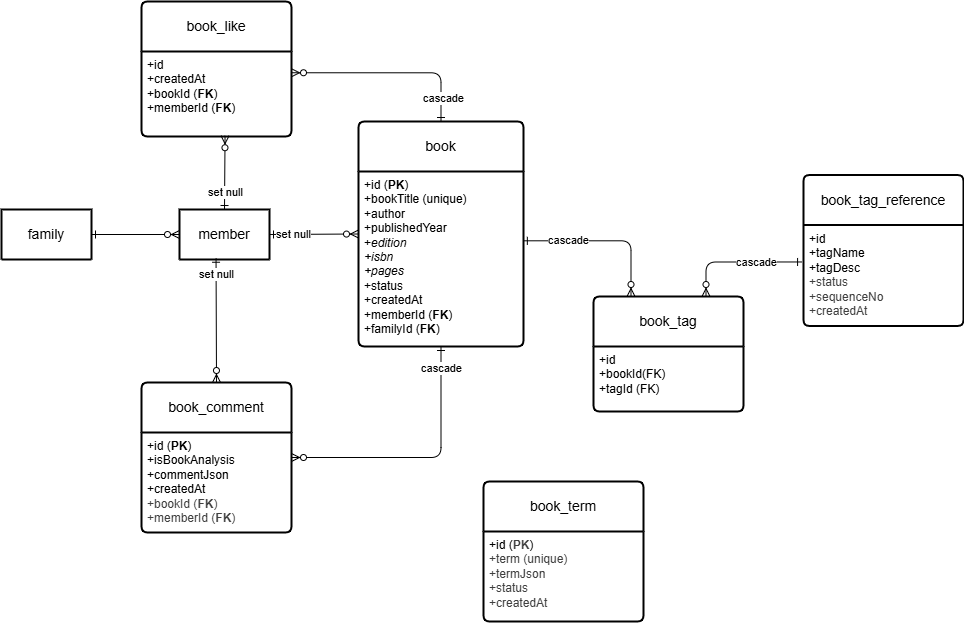
Earlier version of the draw.io export docs/erd-pngs/book-schema.png (greg1951/family-social-scratch). Source tidied: cells renumbered, new cells last; positions are measured from the earlier drawing's top-left corner, leaving out a move shared by most shapes.
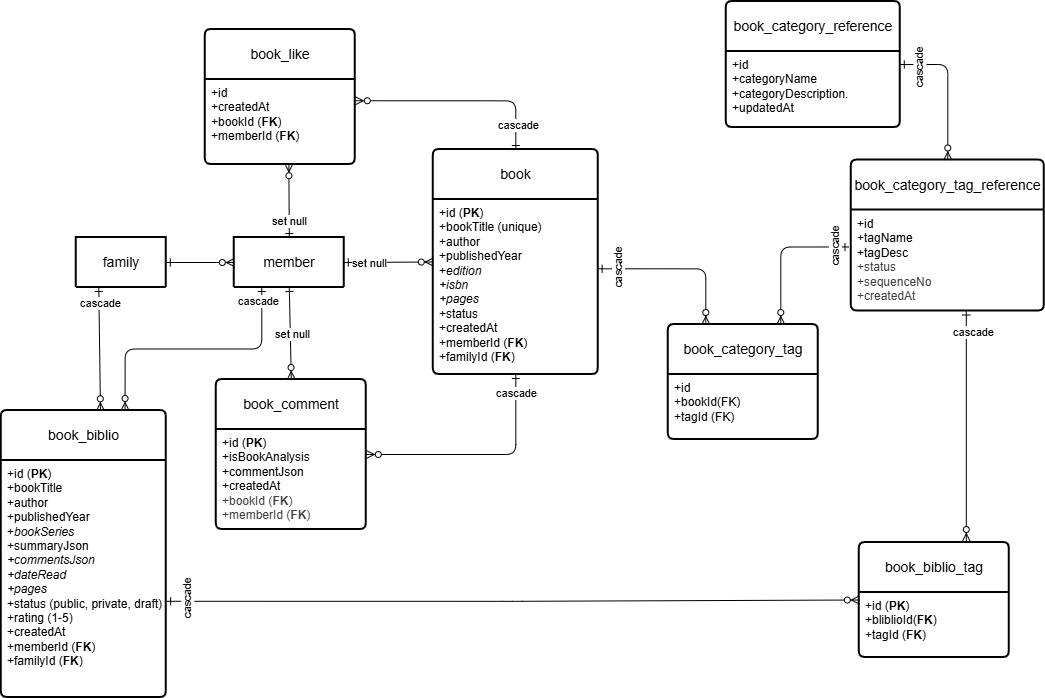
Later version of the same file.

The edit, as a diff of the source:
```diff
@@ -9,7 +9,7 @@
       <mxGeometry y="50" width="165" height="175" as="geometry" />
     </mxCell>
     <mxCell id="4" value="member" style="swimlane;horizontal=1;startSize=50;rounded=1;fontSize=14;fontStyle=0;strokeWidth=2;shadow=0;dashed=0;align=center;arcSize=4;whiteSpace=wrap;html=1;" parent="1" vertex="1" collapsed="1">
-      <mxGeometry x="178" y="208" width="90" height="50" as="geometry" />
+      <mxGeometry x="158" y="208" width="110" height="50" as="geometry" />
     </mxCell>
     <mxCell id="5" value="family" style="swimlane;horizontal=1;startSize=50;rounded=1;fontSize=14;fontStyle=0;strokeWidth=2;shadow=0;dashed=0;align=center;arcSize=4;whiteSpace=wrap;html=1;" parent="1" vertex="1" collapsed="1">
       <mxGeometry y="208" width="90" height="50" as="geometry" />
@@ -32,26 +32,26 @@
       <mxGeometry x="-0.84" relative="1" as="geometry" />
     </mxCell>
     <mxCell id="11" value="book_comment" style="swimlane;horizontal=1;startSize=50;rounded=1;fontSize=14;fontStyle=0;strokeWidth=2;shadow=0;dashed=0;align=center;arcSize=4;whiteSpace=wrap;html=1;" parent="1" vertex="1">
-      <mxGeometry x="140" y="381" width="150" height="150" as="geometry" />
+      <mxGeometry x="140" y="350" width="150" height="150" as="geometry" />
     </mxCell>
     <mxCell id="12" value="+id (&lt;b&gt;PK&lt;/b&gt;)&lt;div&gt;&lt;font color=&quot;#000000&quot;&gt;+isBookAnalysis&lt;br&gt;&lt;/font&gt;&lt;div&gt;+commentJson&lt;/div&gt;&lt;div style=&quot;color: rgb(63, 63, 63); scrollbar-color: rgb(226, 226, 226) rgb(251, 251, 251);&quot;&gt;&lt;span style=&quot;scrollbar-color: rgb(226, 226, 226) rgb(251, 251, 251); color: rgb(0, 0, 0);&quot;&gt;+createdAt&lt;/span&gt;&lt;br style=&quot;scrollbar-color: rgb(226, 226, 226) rgb(251, 251, 251); color: rgb(63, 63, 63);&quot;&gt;&lt;/div&gt;&lt;div style=&quot;color: rgb(63, 63, 63); scrollbar-color: rgb(226, 226, 226) rgb(251, 251, 251);&quot;&gt;&lt;span style=&quot;background-color: transparent; color: rgb(63, 63, 63);&quot;&gt;+bookId (&lt;b&gt;FK&lt;/b&gt;)&lt;/span&gt;&lt;/div&gt;&lt;div style=&quot;color: rgb(63, 63, 63); scrollbar-color: rgb(226, 226, 226) rgb(251, 251, 251);&quot;&gt;&lt;div style=&quot;color: rgb(63, 63, 63); scrollbar-color: rgb(226, 226, 226) rgb(251, 251, 251);&quot;&gt;&lt;span style=&quot;color: rgb(63, 63, 63); scrollbar-color: rgb(226, 226, 226) rgb(251, 251, 251); background-color: transparent;&quot;&gt;+memberId (&lt;b&gt;FK&lt;/b&gt;)&lt;/span&gt;&lt;/div&gt;&lt;div&gt;&lt;span style=&quot;color: rgb(63, 63, 63); scrollbar-color: rgb(226, 226, 226) rgb(251, 251, 251); background-color: transparent;&quot;&gt;&lt;br&gt;&lt;/span&gt;&lt;/div&gt;&lt;/div&gt;&lt;div&gt;&lt;br&gt;&lt;/div&gt;&lt;/div&gt;" style="align=left;strokeColor=none;fillColor=none;spacingLeft=4;fontSize=12;verticalAlign=top;html=1;" parent="11" vertex="1">
       <mxGeometry y="50" width="150" height="100" as="geometry" />
     </mxCell>
-    <mxCell id="13" style="fontSize=12;html=1;endArrow=ERzeroToMany;startArrow=ERone;entryX=0.5;entryY=0;entryDx=0;entryDy=0;exitX=0.406;exitY=0.975;exitDx=0;exitDy=0;exitPerimeter=0;startFill=0;" parent="1" edge="1" source="4" target="11">
+    <mxCell id="13" style="fontSize=12;html=1;endArrow=ERzeroToMany;startArrow=ERone;entryX=0.5;entryY=0;entryDx=0;entryDy=0;exitX=0.5;exitY=1;exitDx=0;exitDy=0;startFill=0;" parent="1" edge="1" source="4" target="11">
       <mxGeometry relative="1" as="geometry" />
     </mxCell>
     <mxCell id="14" value="set null" style="edgeLabel;html=1;align=center;verticalAlign=middle;" parent="13" vertex="1">
       <mxGeometry x="-0.14" y="1" relative="1" as="geometry">
-        <mxPoint x="-1" y="-38" as="offset" />
+        <mxPoint y="6" as="offset" />
       </mxGeometry>
     </mxCell>
-    <mxCell id="15" value="book_tag_reference" style="swimlane;horizontal=1;startSize=50;rounded=1;fontSize=14;fontStyle=0;strokeWidth=2;shadow=0;dashed=0;align=center;arcSize=4;whiteSpace=wrap;html=1;" parent="1" vertex="1">
-      <mxGeometry x="802" y="173.5" width="160" height="151" as="geometry" />
+    <mxCell id="15" value="book_category_tag_reference" style="swimlane;horizontal=1;startSize=50;rounded=1;fontSize=14;fontStyle=0;strokeWidth=2;shadow=0;dashed=0;align=center;arcSize=4;whiteSpace=wrap;html=1;" parent="1" vertex="1">
+      <mxGeometry x="775" y="130.5" width="193" height="151" as="geometry" />
     </mxCell>
     <mxCell id="16" value="&lt;span style=&quot;color: rgb(0, 0, 0);&quot;&gt;+id&lt;/span&gt;&lt;br style=&quot;color: rgb(63, 63, 63); scrollbar-color: rgb(226, 226, 226) rgb(251, 251, 251);&quot;&gt;&lt;span style=&quot;color: rgb(0, 0, 0);&quot;&gt;+tagName&lt;/span&gt;&lt;br style=&quot;color: rgb(63, 63, 63); scrollbar-color: rgb(226, 226, 226) rgb(251, 251, 251);&quot;&gt;&lt;span style=&quot;color: rgb(0, 0, 0);&quot;&gt;+tagDesc&lt;/span&gt;&lt;div style=&quot;color: rgb(63, 63, 63); scrollbar-color: rgb(226, 226, 226) rgb(251, 251, 251);&quot;&gt;&lt;font style=&quot;scrollbar-color: rgb(226, 226, 226) rgb(251, 251, 251);&quot;&gt;+status&lt;/font&gt;&lt;/div&gt;&lt;div style=&quot;color: rgb(63, 63, 63); scrollbar-color: rgb(226, 226, 226) rgb(251, 251, 251);&quot;&gt;&lt;font style=&quot;scrollbar-color: rgb(226, 226, 226) rgb(251, 251, 251);&quot;&gt;+sequenceNo&lt;br style=&quot;color: rgb(63, 63, 63); scrollbar-color: rgb(226, 226, 226) rgb(251, 251, 251);&quot;&gt;&lt;/font&gt;&lt;div style=&quot;color: rgb(63, 63, 63); scrollbar-color: rgb(226, 226, 226) rgb(251, 251, 251);&quot;&gt;+createdAt&lt;/div&gt;&lt;/div&gt;" style="align=left;strokeColor=none;fillColor=none;spacingLeft=4;fontSize=12;verticalAlign=top;html=1;" parent="15" vertex="1">
-      <mxGeometry y="50" width="160" height="101" as="geometry" />
+      <mxGeometry y="50" width="193" height="101" as="geometry" />
     </mxCell>
-    <mxCell id="17" value="book_tag" style="swimlane;horizontal=1;startSize=50;rounded=1;fontSize=14;fontStyle=0;strokeWidth=2;shadow=0;dashed=0;align=center;arcSize=4;whiteSpace=wrap;html=1;" parent="1" vertex="1">
+    <mxCell id="17" value="book_category_tag" style="swimlane;horizontal=1;startSize=50;rounded=1;fontSize=14;fontStyle=0;strokeWidth=2;shadow=0;dashed=0;align=center;arcSize=4;whiteSpace=wrap;html=1;" parent="1" vertex="1">
       <mxGeometry x="592" y="295" width="150" height="115" as="geometry" />
     </mxCell>
     <mxCell id="18" value="+id&lt;br style=&quot;color: rgb(63, 63, 63); scrollbar-color: rgb(226, 226, 226) rgb(251, 251, 251);&quot;&gt;+bookId(FK)&lt;br style=&quot;color: rgb(63, 63, 63); scrollbar-color: rgb(226, 226, 226) rgb(251, 251, 251);&quot;&gt;+tagId (FK)&lt;div style=&quot;color: rgb(63, 63, 63); scrollbar-color: rgb(226, 226, 226) rgb(251, 251, 251);&quot;&gt;&lt;br style=&quot;color: rgb(63, 63, 63); scrollbar-color: rgb(226, 226, 226) rgb(251, 251, 251);&quot;&gt;&lt;/div&gt;" style="align=left;strokeColor=none;fillColor=none;spacingLeft=4;fontSize=12;verticalAlign=top;html=1;" parent="17" vertex="1">
@@ -60,17 +60,21 @@
     <mxCell id="19" style="fontSize=12;html=1;endArrow=ERzeroToMany;startArrow=ERone;exitX=-0.012;exitY=0.366;exitDx=0;exitDy=0;startFill=0;edgeStyle=orthogonalEdgeStyle;exitPerimeter=0;entryX=0.75;entryY=0;entryDx=0;entryDy=0;" parent="1" edge="1" source="16" target="17">
       <mxGeometry relative="1" as="geometry" />
     </mxCell>
-    <mxCell id="20" value="cascade" style="edgeLabel;html=1;align=center;verticalAlign=middle;" parent="19" vertex="1">
-      <mxGeometry x="-0.3" relative="1" as="geometry" />
+    <mxCell id="20" value="cascade" style="edgeLabel;html=1;align=center;verticalAlign=middle;rotation=270;" parent="19" vertex="1">
+      <mxGeometry x="-0.3" relative="1" as="geometry">
+        <mxPoint x="37" as="offset" />
+      </mxGeometry>
     </mxCell>
     <mxCell id="21" style="fontSize=12;html=1;endArrow=ERzeroToMany;startArrow=ERone;startFill=0;exitX=0.999;exitY=0.396;exitDx=0;exitDy=0;exitPerimeter=0;edgeStyle=orthogonalEdgeStyle;entryX=0.25;entryY=0;entryDx=0;entryDy=0;" parent="1" edge="1" source="3" target="17">
       <mxGeometry relative="1" as="geometry" />
     </mxCell>
-    <mxCell id="22" value="cascade" style="edgeLabel;html=1;align=center;verticalAlign=middle;" parent="21" vertex="1">
-      <mxGeometry x="-0.44" y="1" relative="1" as="geometry" />
+    <mxCell id="22" value="cascade" style="edgeLabel;html=1;align=center;verticalAlign=middle;rotation=270;" parent="21" vertex="1">
+      <mxGeometry x="-0.44" y="1" relative="1" as="geometry">
+        <mxPoint x="-25" as="offset" />
+      </mxGeometry>
     </mxCell>
     <mxCell id="23" value="book_like" style="swimlane;horizontal=1;startSize=50;rounded=1;fontSize=14;fontStyle=0;strokeWidth=2;shadow=0;dashed=0;align=center;arcSize=4;whiteSpace=wrap;html=1;" parent="1" vertex="1">
-      <mxGeometry x="140" width="150" height="135" as="geometry" />
+      <mxGeometry x="129" width="150" height="135" as="geometry" />
     </mxCell>
     <mxCell id="24" value="+id&lt;div&gt;&lt;font color=&quot;#000000&quot;&gt;+createdAt&lt;br style=&quot;scrollbar-color: rgb(226, 226, 226) rgb(251, 251, 251); color: rgb(63, 63, 63);&quot;&gt;&lt;/font&gt;+bookId (&lt;b&gt;FK&lt;/b&gt;)&lt;br style=&quot;color: rgb(63, 63, 63); scrollbar-color: rgb(226, 226, 226) rgb(251, 251, 251);&quot;&gt;+memberId (&lt;b&gt;FK&lt;/b&gt;)&lt;div style=&quot;color: rgb(63, 63, 63); scrollbar-color: rgb(226, 226, 226) rgb(251, 251, 251);&quot;&gt;&lt;br style=&quot;color: rgb(63, 63, 63); scrollbar-color: rgb(226, 226, 226) rgb(251, 251, 251);&quot;&gt;&lt;/div&gt;&lt;/div&gt;" style="align=left;strokeColor=none;fillColor=none;spacingLeft=4;fontSize=12;verticalAlign=top;html=1;" parent="23" vertex="1">
       <mxGeometry y="50" width="150" height="85" as="geometry" />
@@ -89,11 +93,66 @@
         <mxPoint x="1" y="15" as="offset" />
       </mxGeometry>
     </mxCell>
-    <mxCell id="29" value="book_term" style="swimlane;horizontal=1;startSize=50;rounded=1;fontSize=14;fontStyle=0;strokeWidth=2;shadow=0;dashed=0;align=center;arcSize=4;whiteSpace=wrap;html=1;" parent="1" vertex="1">
-      <mxGeometry x="482" y="480" width="160" height="140" as="geometry" />
-    </mxCell>
-    <mxCell id="30" value="+id (&lt;b style=&quot;color: rgb(63, 63, 63); scrollbar-color: rgb(226, 226, 226) rgb(251, 251, 251);&quot;&gt;PK&lt;/b&gt;)&lt;div style=&quot;color: rgb(63, 63, 63); scrollbar-color: rgb(226, 226, 226) rgb(251, 251, 251);&quot;&gt;&lt;font style=&quot;scrollbar-color: rgb(226, 226, 226) rgb(251, 251, 251);&quot;&gt;+term (unique)&lt;br style=&quot;color: rgb(63, 63, 63); scrollbar-color: rgb(226, 226, 226) rgb(251, 251, 251);&quot;&gt;&lt;/font&gt;&lt;div style=&quot;color: rgb(63, 63, 63); scrollbar-color: rgb(226, 226, 226) rgb(251, 251, 251);&quot;&gt;+termJson&lt;/div&gt;&lt;div style=&quot;color: rgb(63, 63, 63); scrollbar-color: rgb(226, 226, 226) rgb(251, 251, 251);&quot;&gt;+status&lt;/div&gt;&lt;div style=&quot;color: rgb(63, 63, 63); scrollbar-color: rgb(226, 226, 226) rgb(251, 251, 251);&quot;&gt;&lt;span style=&quot;color: rgb(63, 63, 63); scrollbar-color: rgb(226, 226, 226) rgb(251, 251, 251); background-color: transparent;&quot;&gt;+createdAt&lt;/span&gt;&lt;/div&gt;&lt;div style=&quot;color: rgb(63, 63, 63); scrollbar-color: rgb(226, 226, 226) rgb(251, 251, 251);&quot;&gt;&lt;span style=&quot;scrollbar-color: rgb(226, 226, 226) rgb(251, 251, 251); background-color: transparent; color: rgb(63, 63, 63);&quot;&gt;&lt;br style=&quot;color: rgb(63, 63, 63); scrollbar-color: rgb(226, 226, 226) rgb(251, 251, 251);&quot;&gt;&lt;/span&gt;&lt;/div&gt;&lt;/div&gt;" style="align=left;strokeColor=none;fillColor=none;spacingLeft=4;fontSize=12;verticalAlign=top;html=1;" parent="29" vertex="1">
-      <mxGeometry y="50" width="160" height="90" as="geometry" />
-    </mxCell>
+    <mxCell id="31" value="book_biblio" style="swimlane;horizontal=1;startSize=50;rounded=1;fontSize=14;fontStyle=0;strokeWidth=2;shadow=0;dashed=0;align=center;arcSize=4;whiteSpace=wrap;html=1;" parent="1" vertex="1">
+      <mxGeometry x="-75" y="381" width="165" height="287" as="geometry" />
+    </mxCell>
+    <mxCell id="32" value="+id (&lt;b&gt;PK&lt;/b&gt;)&lt;br&gt;&lt;div&gt;+bookTitle&lt;/div&gt;&lt;div&gt;+author&lt;/div&gt;&lt;div&gt;+publishedYear&lt;/div&gt;&lt;div&gt;+&lt;i&gt;bookSeries&lt;/i&gt;&lt;/div&gt;&lt;div&gt;+summaryJson&lt;/div&gt;&lt;div&gt;&lt;i&gt;+commentsJson&lt;/i&gt;&lt;/div&gt;&lt;div&gt;&lt;i&gt;+dateRead&lt;/i&gt;&lt;/div&gt;&lt;div&gt;&lt;i&gt;+pages&lt;/i&gt;&lt;/div&gt;&lt;div&gt;+status (public, private, draft)&lt;/div&gt;&lt;div&gt;+rating (1-5)&lt;/div&gt;&lt;div&gt;&lt;span style=&quot;color: rgb(0, 0, 0);&quot;&gt;+createdAt&lt;/span&gt;&lt;br style=&quot;color: rgb(63, 63, 63); scrollbar-color: rgb(226, 226, 226) rgb(251, 251, 251);&quot;&gt;&lt;/div&gt;&lt;div&gt;&lt;span style=&quot;color: rgb(0, 0, 0);&quot;&gt;+memberId (&lt;b&gt;FK&lt;/b&gt;)&lt;/span&gt;&lt;/div&gt;&lt;div&gt;&lt;font color=&quot;#000000&quot;&gt;+familyId (&lt;b&gt;FK&lt;/b&gt;)&lt;/font&gt;&lt;/div&gt;&lt;div&gt;&lt;span style=&quot;color: rgb(0, 0, 0);&quot;&gt;&lt;br&gt;&lt;/span&gt;&lt;/div&gt;" style="align=left;strokeColor=none;fillColor=none;spacingLeft=4;fontSize=12;verticalAlign=top;html=1;" parent="31" vertex="1">
+      <mxGeometry y="50" width="165" height="237" as="geometry" />
+    </mxCell>
+    <mxCell id="33" style="fontSize=12;html=1;endArrow=ERzeroToMany;startArrow=ERone;exitX=0.25;exitY=1;exitDx=0;exitDy=0;startFill=0;entryX=0.601;entryY=0.001;entryDx=0;entryDy=0;entryPerimeter=0;" parent="1" edge="1" source="5" target="31">
+      <mxGeometry relative="1" as="geometry" />
+    </mxCell>
+    <mxCell id="34" value="cascade" style="edgeLabel;html=1;align=center;verticalAlign=middle;" parent="33" vertex="1">
+      <mxGeometry x="-0.14" y="1" relative="1" as="geometry">
+        <mxPoint x="-1" y="-38" as="offset" />
+      </mxGeometry>
+    </mxCell>
+    <mxCell id="35" style="fontSize=12;html=1;endArrow=ERzeroToMany;startArrow=ERone;entryX=0.75;entryY=0;entryDx=0;entryDy=0;exitX=0.25;exitY=1;exitDx=0;exitDy=0;startFill=0;edgeStyle=orthogonalEdgeStyle;" parent="1" edge="1" source="4" target="31">
+      <mxGeometry relative="1" as="geometry" />
+    </mxCell>
+    <mxCell id="36" value="cascade" style="edgeLabel;html=1;align=center;verticalAlign=middle;" parent="35" vertex="1">
+      <mxGeometry x="-0.14" y="1" relative="1" as="geometry">
+        <mxPoint x="46" y="-49" as="offset" />
+      </mxGeometry>
+    </mxCell>
+    <mxCell id="37" style="fontSize=12;html=1;endArrow=ERzeroToMany;startArrow=ERone;startFill=0;" parent="1" edge="1">
+      <mxGeometry relative="1" as="geometry">
+        <mxPoint x="890" y="281.5" as="sourcePoint" />
+        <mxPoint x="890" y="512" as="targetPoint" />
+      </mxGeometry>
+    </mxCell>
+    <mxCell id="38" value="book_biblio_tag" style="swimlane;horizontal=1;startSize=50;rounded=1;fontSize=14;fontStyle=0;strokeWidth=2;shadow=0;dashed=0;align=center;arcSize=4;whiteSpace=wrap;html=1;" parent="1" vertex="1">
+      <mxGeometry x="783" y="513" width="150" height="115" as="geometry" />
+    </mxCell>
+    <mxCell id="39" value="+id (&lt;b&gt;PK&lt;/b&gt;)&lt;br style=&quot;color: rgb(63, 63, 63); scrollbar-color: rgb(226, 226, 226) rgb(251, 251, 251);&quot;&gt;+bliblioId(&lt;b&gt;FK&lt;/b&gt;)&lt;br style=&quot;color: rgb(63, 63, 63); scrollbar-color: rgb(226, 226, 226) rgb(251, 251, 251);&quot;&gt;+tagId (&lt;b&gt;FK&lt;/b&gt;)&lt;div style=&quot;color: rgb(63, 63, 63); scrollbar-color: rgb(226, 226, 226) rgb(251, 251, 251);&quot;&gt;&lt;br style=&quot;color: rgb(63, 63, 63); scrollbar-color: rgb(226, 226, 226) rgb(251, 251, 251);&quot;&gt;&lt;/div&gt;" style="align=left;strokeColor=none;fillColor=none;spacingLeft=4;fontSize=12;verticalAlign=top;html=1;" parent="38" vertex="1">
+      <mxGeometry y="50" width="150" height="65" as="geometry" />
+    </mxCell>
+    <mxCell id="40" style="fontSize=12;html=1;endArrow=ERzeroToMany;startArrow=ERone;entryX=0;entryY=0.5;entryDx=0;entryDy=0;exitX=1.002;exitY=0.594;exitDx=0;exitDy=0;startFill=0;edgeStyle=orthogonalEdgeStyle;exitPerimeter=0;" parent="1" edge="1" source="32" target="38">
+      <mxGeometry relative="1" as="geometry" />
+    </mxCell>
+    <mxCell id="41" value="cascade" style="edgeLabel;html=1;align=center;verticalAlign=middle;" parent="40" vertex="1">
+      <mxGeometry x="-0.14" y="1" relative="1" as="geometry">
+        <mxPoint x="506" y="-269" as="offset" />
+      </mxGeometry>
+    </mxCell>
+    <mxCell id="42" value="cascade" style="edgeLabel;html=1;align=center;verticalAlign=middle;rotation=270;" parent="40" vertex="1">
+      <mxGeometry x="0.85" y="1" relative="1" as="geometry">
+        <mxPoint x="-622" as="offset" />
+      </mxGeometry>
+    </mxCell>
+    <mxCell id="43" value="book_category_reference" style="swimlane;horizontal=1;startSize=50;rounded=1;fontSize=14;fontStyle=0;strokeWidth=2;shadow=0;dashed=0;align=center;arcSize=4;whiteSpace=wrap;html=1;" parent="1" vertex="1">
+      <mxGeometry x="650" y="-28" width="174" height="126" as="geometry" />
+    </mxCell>
+    <mxCell id="44" value="+id&lt;br style=&quot;color: rgb(63, 63, 63); scrollbar-color: rgb(226, 226, 226) rgb(251, 251, 251);&quot;&gt;+categoryName&amp;nbsp;&lt;div&gt;&lt;font color=&quot;#000000&quot;&gt;+&lt;/font&gt;&lt;span style=&quot;color: rgb(0, 0, 0);&quot;&gt;categoryD&lt;/span&gt;&lt;font color=&quot;#000000&quot;&gt;&lt;font color=&quot;#000000&quot;&gt;escription.&amp;nbsp;&lt;/font&gt;&lt;br&gt;&lt;/font&gt;&lt;div&gt;+updatedAt&lt;div style=&quot;color: rgb(63, 63, 63); scrollbar-color: rgb(226, 226, 226) rgb(251, 251, 251);&quot;&gt;&lt;br style=&quot;color: rgb(63, 63, 63); scrollbar-color: rgb(226, 226, 226) rgb(251, 251, 251);&quot;&gt;&lt;/div&gt;&lt;/div&gt;&lt;/div&gt;" style="align=left;strokeColor=none;fillColor=none;spacingLeft=4;fontSize=12;verticalAlign=top;html=1;" parent="43" vertex="1">
+      <mxGeometry y="50" width="174" height="76" as="geometry" />
+    </mxCell>
+    <mxCell id="45" style="fontSize=12;html=1;endArrow=ERzeroToMany;startArrow=ERone;exitX=1;exitY=0.5;exitDx=0;exitDy=0;startFill=0;edgeStyle=orthogonalEdgeStyle;entryX=0.5;entryY=0;entryDx=0;entryDy=0;" parent="1" edge="1" source="43" target="15">
+      <mxGeometry relative="1" as="geometry" />
+    </mxCell>
+    <mxCell id="46" value="cascade" style="edgeLabel;html=1;align=center;verticalAlign=middle;rotation=270;" parent="45" vertex="1">
+      <mxGeometry x="-0.3" relative="1" as="geometry">
+        <mxPoint x="-29" y="1" as="offset" />
+      </mxGeometry>
+    </mxCell>
   </root>
 </mxGraphModel>
```
